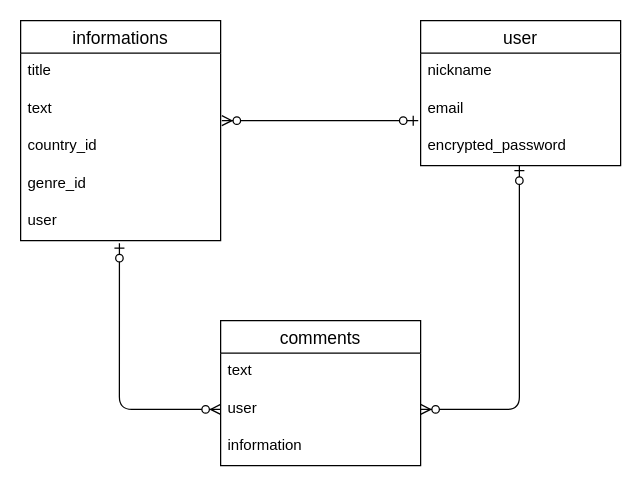
Before: draw.dio in FootLovePeace/motto_africa, a draw.io diagram. Source tidied: cells renumbered, new cells numbered last; positions are measured from the earlier drawing's top-left corner, leaving out a move shared by most shapes. Both pictures are drawn from the tidied source at 125%, with x=0, y=0 at pixel (20, 20).
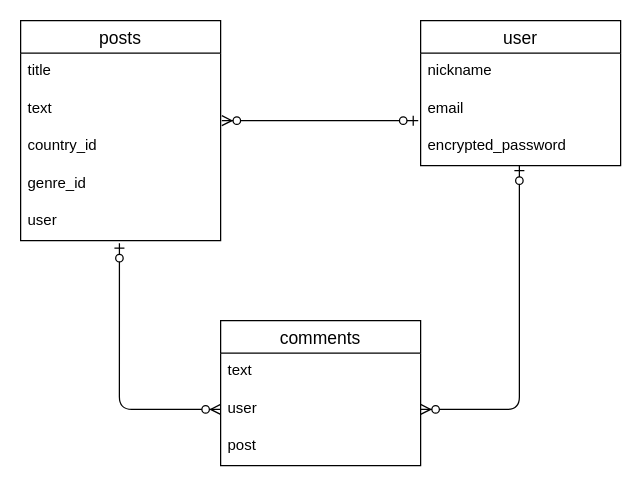
After the change.

The change refers to these unchanged cells:
```xml
<mxCell id="12" value="comments" style="swimlane;fontStyle=0;horizontal=1;startSize=26;align=center;fontSize=14;" parent="1" vertex="1">
  <mxGeometry x="160" y="240" width="160" height="116" as="geometry" />
</mxCell>
```

The edit, as a diff of the source:
```diff
@@
-    <mxCell id="2" value="informations" style="swimlane;fontStyle=0;horizontal=1;startSize=26;align=center;fontSize=14;" parent="1" vertex="1">
+    <mxCell id="2" value="posts" style="swimlane;fontStyle=0;horizontal=1;startSize=26;align=center;fontSize=14;" parent="1" vertex="1">
       <mxGeometry width="160" height="176" as="geometry" />
     </mxCell>
@@
-    <mxCell id="15" value="information" style="text;strokeColor=none;fillColor=none;spacingLeft=4;spacingRight=4;overflow=hidden;fontSize=12;" parent="12" vertex="1">
+    <mxCell id="15" value="post" style="text;strokeColor=none;fillColor=none;spacingLeft=4;spacingRight=4;overflow=hidden;fontSize=12;" parent="12" vertex="1">
       <mxGeometry y="86" width="160" height="30" as="geometry" />
     </mxCell>
```
